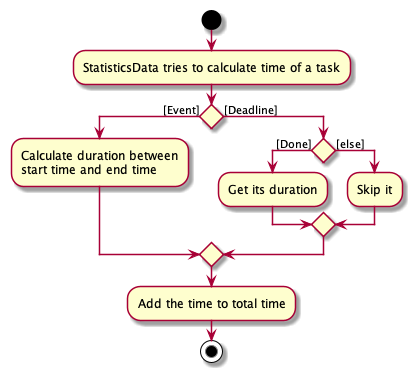
This is docs/images/TimeAnalysisActivityDiagram.png from nus-cs2103-AY2021S1/tp, a PlantUML export, as it was before one commit.
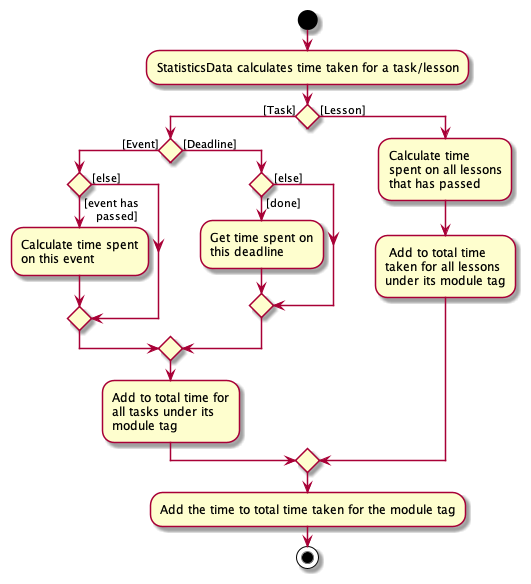
After the change.

Commit message:
update activity diagram

The edit, as a diff of the source:
```diff
@@ -1,18 +1,34 @@
 @startuml
 start
-:StatisticsData tries to calculate time of a task;
+:StatisticsData calculates time taken for a task/lesson;
 
 
-if () then ([Event])
-    :Calculate duration between
-    start time and end time;
-else ([Deadline])
-    if () then ([Done])
-        :Get its duration;
-    else ([else])
-        :Skip it;
+if () then ([Task])
+    if () then ([Event])
+        if () then ([event has
+    passed])
+            :Calculate time spent
+            on this event;
+        else ([else])
+        endif
+    else ([Deadline])
+        if () then ([done])
+            :Get time spent on
+            this deadline;
+        else ([else])
+        endif
     endif
+    :Add to total time for
+    all tasks under its
+    module tag;
+else ([Lesson])
+    :Calculate time
+    spent on all lessons
+    that has passed;
+    : Add to total time
+    taken for all lessons
+    under its module tag;
 endif
-    :Add the time to total time;
+    :Add the time to total time taken for the module tag;
 stop
 @enduml
```
